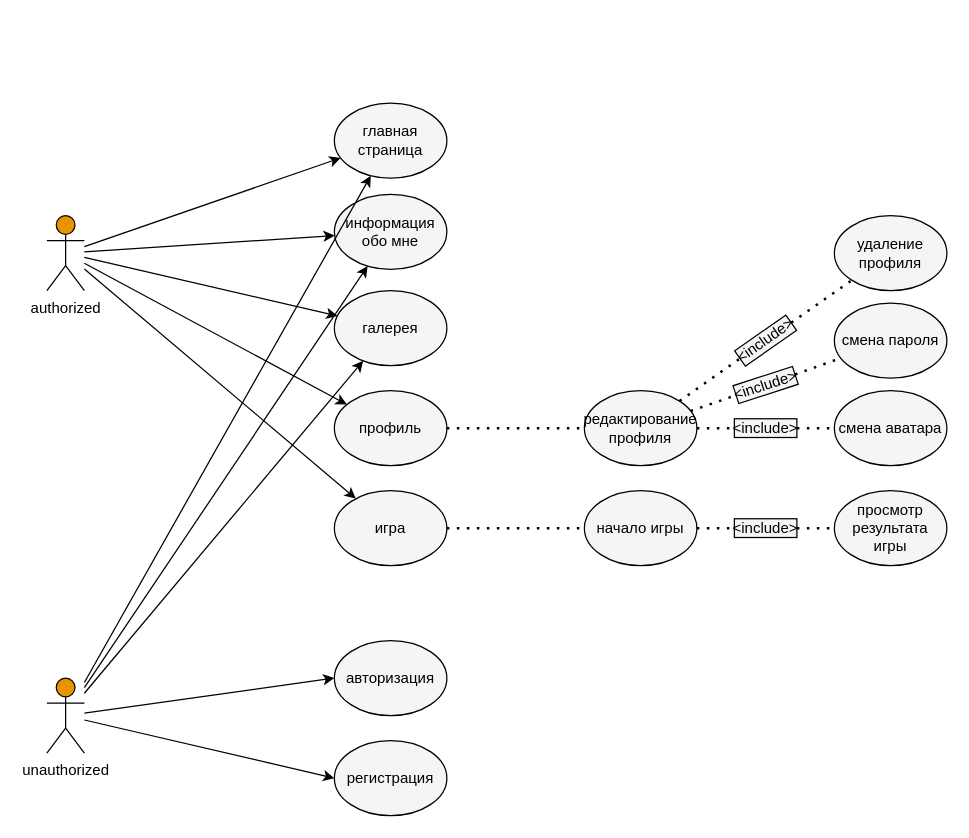
Above: page "UMLsite" (1 of 3) of ЧМИ/Диаграмма без названия.drawio in TrahOff/HMI (draw.io), before the change. Source tidied: cells renumbered, new cells numbered last; positions are measured from the earlier drawing's top-left corner, leaving out a move shared by most shapes. Both pictures are drawn from the tidied source at 125%, with x=0, y=0 at pixel (46, 102).
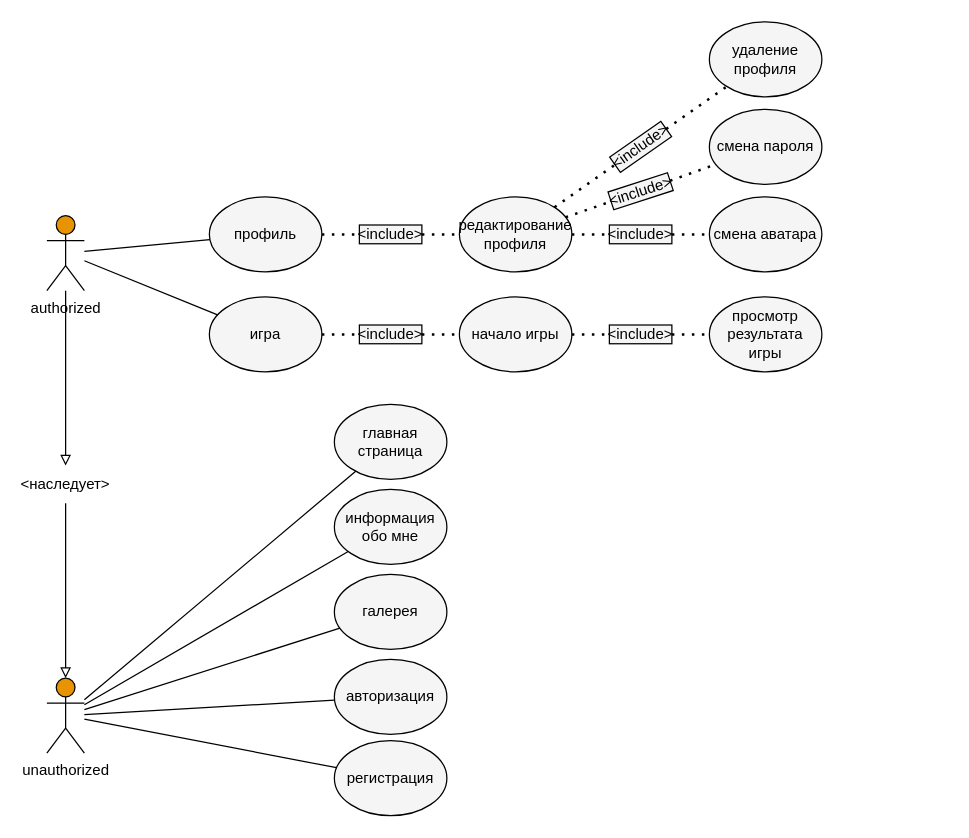
After the change.

Change to the diagram source:
```diff
@@
-    <mxCell id="2" style="group;" parent="1" vertex="1">
-      <mxGeometry width="720" height="570" as="geometry" />
-    </mxCell>
-    <mxCell id="3" value="authorized" style="shape=umlActor;verticalLabelPosition=bottom;verticalAlign=top;html=1;outlineConnect=0;fillColor=#E89402;fontColor=#000000;strokeColor=#000000;" parent="2" vertex="1">
+    <mxCell id="3" value="authorized" style="shape=umlActor;verticalLabelPosition=bottom;verticalAlign=top;html=1;outlineConnect=0;fillColor=#E89402;fontColor=#000000;strokeColor=#000000;" parent="1" vertex="1">
       <mxGeometry y="90" width="30" height="60" as="geometry" />
     </mxCell>
-    <mxCell id="4" value="главная страница" style="ellipse;whiteSpace=wrap;html=1;fillColor=#f5f5f5;fontColor=#000000;strokeColor=#000000;" parent="2" vertex="1">
-      <mxGeometry x="230" width="90" height="60" as="geometry" />
+    <mxCell id="4" value="главная страница" style="ellipse;whiteSpace=wrap;html=1;fillColor=#f5f5f5;fontColor=#000000;strokeColor=#000000;" parent="1" vertex="1">
+      <mxGeometry x="230" y="241" width="90" height="60" as="geometry" />
     </mxCell>
-    <mxCell id="5" value="информация обо мне" style="ellipse;whiteSpace=wrap;html=1;fillColor=#f5f5f5;fontColor=#000000;strokeColor=#000000;" parent="2" vertex="1">
-      <mxGeometry x="230" y="73" width="90" height="60" as="geometry" />
+    <mxCell id="5" value="информация обо мне" style="ellipse;whiteSpace=wrap;html=1;fillColor=#f5f5f5;fontColor=#000000;strokeColor=#000000;" parent="1" vertex="1">
+      <mxGeometry x="230" y="309" width="90" height="60" as="geometry" />
     </mxCell>
-    <mxCell id="6" value="галерея" style="ellipse;whiteSpace=wrap;html=1;fillColor=#f5f5f5;fontColor=#000000;strokeColor=#000000;" parent="2" vertex="1">
-      <mxGeometry x="230" y="150" width="90" height="60" as="geometry" />
+    <mxCell id="6" value="галерея" style="ellipse;whiteSpace=wrap;html=1;fillColor=#f5f5f5;fontColor=#000000;strokeColor=#000000;" parent="1" vertex="1">
+      <mxGeometry x="230" y="377" width="90" height="60" as="geometry" />
     </mxCell>
+    <mxCell id="37" value="unauthorized" style="shape=umlActor;verticalLabelPosition=bottom;verticalAlign=top;html=1;outlineConnect=0;fillColor=#E89402;fontColor=#000000;strokeColor=#000000;" parent="1" vertex="1">
+      <mxGeometry y="460" width="30" height="60" as="geometry" />
+    </mxCell>
+    <mxCell id="38" value="авторизация" style="ellipse;whiteSpace=wrap;html=1;fillColor=#f5f5f5;fontColor=#000000;strokeColor=#000000;" parent="1" vertex="1">
+      <mxGeometry x="230" y="445" width="90" height="60" as="geometry" />
+    </mxCell>
+    <mxCell id="39" value="регистрация" style="ellipse;whiteSpace=wrap;html=1;fillColor=#f5f5f5;fontColor=#000000;strokeColor=#000000;" parent="1" vertex="1">
+      <mxGeometry x="230" y="510" width="90" height="60" as="geometry" />
+    </mxCell>
+    <mxCell id="42" style="group;" parent="1" vertex="1">
+      <mxGeometry x="130" y="-65" width="490" height="280" as="geometry" />
+    </mxCell>
-    <mxCell id="7" value="профиль" style="ellipse;whiteSpace=wrap;html=1;fillColor=#f5f5f5;fontColor=#000000;strokeColor=#000000;" parent="2" vertex="1">
-      <mxGeometry x="230" y="230" width="90" height="60" as="geometry" />
+    <mxCell id="7" value="профиль" style="ellipse;whiteSpace=wrap;html=1;fillColor=#f5f5f5;fontColor=#000000;strokeColor=#000000;" parent="42" vertex="1">
+      <mxGeometry y="140" width="90" height="60" as="geometry" />
     </mxCell>
-    <mxCell id="8" style="endArrow=classic;html=1;rounded=0;fillColor=#f5f5f5;strokeColor=#000000;fontColor=#000000;" parent="2" edge="1" source="3" target="4">
-      <mxGeometry relative="1" as="geometry" />
-    </mxCell>
-    <mxCell id="9" style="endArrow=classic;html=1;rounded=0;fillColor=#f5f5f5;strokeColor=#000000;fontColor=#000000;" parent="2" edge="1" source="3" target="5">
-      <mxGeometry relative="1" as="geometry" />
-    </mxCell>
-    <mxCell id="10" style="endArrow=classic;html=1;rounded=0;fillColor=#f5f5f5;strokeColor=#000000;fontColor=#000000;" parent="2" edge="1" source="3" target="6">
-      <mxGeometry relative="1" as="geometry" />
-    </mxCell>
-    <mxCell id="11" style="endArrow=classic;html=1;rounded=0;fillColor=#f5f5f5;strokeColor=#000000;fontColor=#000000;" parent="2" edge="1" source="3" target="7">
-      <mxGeometry relative="1" as="geometry" />
-    </mxCell>
-    <mxCell id="12" value="игра" style="ellipse;whiteSpace=wrap;html=1;fillColor=#f5f5f5;fontColor=#000000;strokeColor=#000000;" parent="2" vertex="1">
-      <mxGeometry x="230" y="310" width="90" height="60" as="geometry" />
+    <mxCell id="12" value="игра" style="ellipse;whiteSpace=wrap;html=1;fillColor=#f5f5f5;fontColor=#000000;strokeColor=#000000;" parent="42" vertex="1">
+      <mxGeometry y="220" width="90" height="60" as="geometry" />
     </mxCell>
-    <mxCell id="13" style="endArrow=classic;html=1;rounded=0;fillColor=#f5f5f5;strokeColor=#000000;fontColor=#000000;" parent="2" edge="1" source="3" target="12">
-      <mxGeometry relative="1" as="geometry" />
-    </mxCell>
-    <mxCell id="14" value="редактирование профиля" style="ellipse;whiteSpace=wrap;html=1;fillColor=#f5f5f5;fontColor=#000000;strokeColor=#000000;" parent="2" vertex="1">
-      <mxGeometry x="430" y="230" width="90" height="60" as="geometry" />
+    <mxCell id="14" value="редактирование профиля" style="ellipse;whiteSpace=wrap;html=1;fillColor=#f5f5f5;fontColor=#000000;strokeColor=#000000;" parent="42" vertex="1">
+      <mxGeometry x="200" y="140" width="90" height="60" as="geometry" />
     </mxCell>
-    <mxCell id="15" value="удаление профиля" style="ellipse;whiteSpace=wrap;html=1;fillColor=#f5f5f5;fontColor=#000000;strokeColor=#000000;" parent="2" vertex="1">
-      <mxGeometry x="630" y="90" width="90" height="60" as="geometry" />
+    <mxCell id="15" value="удаление профиля" style="ellipse;whiteSpace=wrap;html=1;fillColor=#f5f5f5;fontColor=#000000;strokeColor=#000000;" parent="42" vertex="1">
+      <mxGeometry x="400" width="90" height="60" as="geometry" />
     </mxCell>
-    <mxCell id="16" value="смена пароля" style="ellipse;whiteSpace=wrap;html=1;fillColor=#f5f5f5;fontColor=#000000;strokeColor=#000000;" parent="2" vertex="1">
-      <mxGeometry x="630" y="160" width="90" height="60" as="geometry" />
+    <mxCell id="16" value="смена пароля" style="ellipse;whiteSpace=wrap;html=1;fillColor=#f5f5f5;fontColor=#000000;strokeColor=#000000;" parent="42" vertex="1">
+      <mxGeometry x="400" y="70" width="90" height="60" as="geometry" />
     </mxCell>
-    <mxCell id="17" value="смена аватара" style="ellipse;whiteSpace=wrap;html=1;fillColor=#f5f5f5;fontColor=#000000;strokeColor=#000000;" parent="2" vertex="1">
-      <mxGeometry x="630" y="230" width="90" height="60" as="geometry" />
+    <mxCell id="17" value="смена аватара" style="ellipse;whiteSpace=wrap;html=1;fillColor=#f5f5f5;fontColor=#000000;strokeColor=#000000;" parent="42" vertex="1">
+      <mxGeometry x="400" y="140" width="90" height="60" as="geometry" />
     </mxCell>
-    <mxCell id="18" value="начало игры" style="ellipse;whiteSpace=wrap;html=1;fillColor=#f5f5f5;fontColor=#000000;strokeColor=#000000;" parent="2" vertex="1">
-      <mxGeometry x="430" y="310" width="90" height="60" as="geometry" />
+    <mxCell id="18" value="начало игры" style="ellipse;whiteSpace=wrap;html=1;fillColor=#f5f5f5;fontColor=#000000;strokeColor=#000000;" parent="42" vertex="1">
+      <mxGeometry x="200" y="220" width="90" height="60" as="geometry" />
     </mxCell>
-    <mxCell id="19" value="просмотр результата игры" style="ellipse;whiteSpace=wrap;html=1;fillColor=#f5f5f5;fontColor=#000000;strokeColor=#000000;" parent="2" vertex="1">
-      <mxGeometry x="630" y="310" width="90" height="60" as="geometry" />
+    <mxCell id="19" value="просмотр результата игры" style="ellipse;whiteSpace=wrap;html=1;fillColor=#f5f5f5;fontColor=#000000;strokeColor=#000000;" parent="42" vertex="1">
+      <mxGeometry x="400" y="220" width="90" height="60" as="geometry" />
     </mxCell>
-    <mxCell id="20" style="endArrow=none;dashed=1;html=1;dashPattern=1 3;strokeWidth=2;rounded=0;fillColor=#f5f5f5;strokeColor=#000000;fontColor=#000000;" parent="2" edge="1" source="7" target="14">
+    <mxCell id="20" style="endArrow=none;dashed=1;html=1;dashPattern=1 3;strokeWidth=2;rounded=0;fillColor=#f5f5f5;strokeColor=#000000;fontColor=#000000;" parent="42" edge="1" source="46" target="14">
       <mxGeometry relative="1" as="geometry" />
     </mxCell>
-    <mxCell id="21" style="endArrow=none;dashed=1;html=1;dashPattern=1 3;strokeWidth=2;rounded=0;fillColor=#f5f5f5;strokeColor=#000000;fontColor=#000000;" parent="2" edge="1" source="12" target="18">
+    <mxCell id="21" style="endArrow=none;dashed=1;html=1;dashPattern=1 3;strokeWidth=2;rounded=0;fillColor=#f5f5f5;strokeColor=#000000;fontColor=#000000;" parent="42" edge="1" source="44" target="18">
       <mxGeometry relative="1" as="geometry" />
     </mxCell>
-    <mxCell id="22" style="endArrow=none;dashed=1;html=1;dashPattern=1 3;strokeWidth=2;rounded=0;fillColor=#f5f5f5;strokeColor=#000000;fontColor=#000000;" parent="2" edge="1" source="33" target="15">
+    <mxCell id="22" style="endArrow=none;dashed=1;html=1;dashPattern=1 3;strokeWidth=2;rounded=0;fillColor=#f5f5f5;strokeColor=#000000;fontColor=#000000;" parent="42" edge="1" source="33" target="15">
       <mxGeometry relative="1" as="geometry" />
     </mxCell>
-    <mxCell id="23" style="endArrow=none;dashed=1;html=1;dashPattern=1 3;strokeWidth=2;rounded=0;fillColor=#f5f5f5;strokeColor=#000000;fontColor=#000000;" parent="2" edge="1" source="31" target="16">
+    <mxCell id="23" style="endArrow=none;dashed=1;html=1;dashPattern=1 3;strokeWidth=2;rounded=0;fillColor=#f5f5f5;strokeColor=#000000;fontColor=#000000;" parent="42" edge="1" source="31" target="16">
       <mxGeometry relative="1" as="geometry" />
     </mxCell>
-    <mxCell id="24" style="endArrow=none;dashed=1;html=1;dashPattern=1 3;strokeWidth=2;rounded=0;fillColor=#f5f5f5;strokeColor=#000000;fontColor=#000000;" parent="2" edge="1" source="29" target="17">
+    <mxCell id="24" style="endArrow=none;dashed=1;html=1;dashPattern=1 3;strokeWidth=2;rounded=0;fillColor=#f5f5f5;strokeColor=#000000;fontColor=#000000;" parent="42" edge="1" source="29" target="17">
       <mxGeometry relative="1" as="geometry" />
     </mxCell>
-    <mxCell id="25" style="endArrow=none;dashed=1;html=1;dashPattern=1 3;strokeWidth=2;rounded=0;fillColor=#f5f5f5;strokeColor=#000000;fontColor=#000000;" parent="2" edge="1" source="27" target="19">
+    <mxCell id="25" style="endArrow=none;dashed=1;html=1;dashPattern=1 3;strokeWidth=2;rounded=0;fillColor=#f5f5f5;strokeColor=#000000;fontColor=#000000;" parent="42" edge="1" source="27" target="19">
       <mxGeometry relative="1" as="geometry" />
     </mxCell>
-    <mxCell id="26" style="endArrow=none;dashed=1;html=1;dashPattern=1 3;strokeWidth=2;rounded=0;fillColor=#f5f5f5;strokeColor=#000000;fontColor=#000000;" parent="2" edge="1" source="18" target="27">
+    <mxCell id="26" style="endArrow=none;dashed=1;html=1;dashPattern=1 3;strokeWidth=2;rounded=0;fillColor=#f5f5f5;strokeColor=#000000;fontColor=#000000;" parent="42" edge="1" source="18" target="27">
       <mxGeometry relative="1" as="geometry" />
     </mxCell>
-    <mxCell id="27" value="&amp;lt;include&amp;gt;" style="text;strokeColor=#000000;align=center;fillColor=#f5f5f5;html=1;verticalAlign=middle;whiteSpace=wrap;rounded=0;fontColor=#000000;" parent="2" vertex="1">
-      <mxGeometry x="550" y="332.5" width="50" height="15" as="geometry" />
+    <mxCell id="27" value="&amp;lt;include&amp;gt;" style="text;strokeColor=#000000;align=center;fillColor=#f5f5f5;html=1;verticalAlign=middle;whiteSpace=wrap;rounded=0;fontColor=#000000;" parent="42" vertex="1">
+      <mxGeometry x="320" y="242.5" width="50" height="15" as="geometry" />
     </mxCell>
-    <mxCell id="28" style="endArrow=none;dashed=1;html=1;dashPattern=1 3;strokeWidth=2;rounded=0;fillColor=#f5f5f5;strokeColor=#000000;fontColor=#000000;" parent="2" edge="1" source="14" target="29">
+    <mxCell id="28" style="endArrow=none;dashed=1;html=1;dashPattern=1 3;strokeWidth=2;rounded=0;fillColor=#f5f5f5;strokeColor=#000000;fontColor=#000000;" parent="42" edge="1" source="14" target="29">
       <mxGeometry relative="1" as="geometry" />
     </mxCell>
-    <mxCell id="29" value="&amp;lt;include&amp;gt;" style="text;strokeColor=#000000;align=center;fillColor=#f5f5f5;html=1;verticalAlign=middle;whiteSpace=wrap;rounded=0;fontColor=#000000;" parent="2" vertex="1">
-      <mxGeometry x="550" y="252.5" width="50" height="15" as="geometry" />
+    <mxCell id="29" value="&amp;lt;include&amp;gt;" style="text;strokeColor=#000000;align=center;fillColor=#f5f5f5;html=1;verticalAlign=middle;whiteSpace=wrap;rounded=0;fontColor=#000000;" parent="42" vertex="1">
+      <mxGeometry x="320" y="162.5" width="50" height="15" as="geometry" />
     </mxCell>
-    <mxCell id="30" style="endArrow=none;dashed=1;html=1;dashPattern=1 3;strokeWidth=2;rounded=0;fillColor=#f5f5f5;strokeColor=#000000;fontColor=#000000;" parent="2" edge="1" source="14" target="31">
+    <mxCell id="30" style="endArrow=none;dashed=1;html=1;dashPattern=1 3;strokeWidth=2;rounded=0;fillColor=#f5f5f5;strokeColor=#000000;fontColor=#000000;" parent="42" edge="1" source="14" target="31">
       <mxGeometry relative="1" as="geometry" />
     </mxCell>
-    <mxCell id="31" value="&amp;lt;include&amp;gt;" style="text;strokeColor=#000000;align=center;fillColor=#f5f5f5;html=1;verticalAlign=middle;whiteSpace=wrap;rounded=0;rotation=342;fontColor=#000000;" parent="2" vertex="1">
-      <mxGeometry x="550" y="218" width="50" height="15" as="geometry" />
+    <mxCell id="31" value="&amp;lt;include&amp;gt;" style="text;strokeColor=#000000;align=center;fillColor=#f5f5f5;html=1;verticalAlign=middle;whiteSpace=wrap;rounded=0;rotation=342;fontColor=#000000;" parent="42" vertex="1">
+      <mxGeometry x="320" y="128" width="50" height="15" as="geometry" />
     </mxCell>
-    <mxCell id="32" style="endArrow=none;dashed=1;html=1;dashPattern=1 3;strokeWidth=2;rounded=0;fillColor=#f5f5f5;strokeColor=#000000;fontColor=#000000;" parent="2" edge="1" source="14" target="33">
+    <mxCell id="32" style="endArrow=none;dashed=1;html=1;dashPattern=1 3;strokeWidth=2;rounded=0;fillColor=#f5f5f5;strokeColor=#000000;fontColor=#000000;" parent="42" edge="1" source="14" target="33">
       <mxGeometry relative="1" as="geometry" />
     </mxCell>
-    <mxCell id="33" value="&amp;lt;include&amp;gt;" style="text;strokeColor=#000000;align=center;fillColor=#f5f5f5;html=1;verticalAlign=middle;whiteSpace=wrap;rounded=0;rotation=325;fontColor=#000000;" parent="2" vertex="1">
-      <mxGeometry x="550" y="182.5" width="50" height="15" as="geometry" />
+    <mxCell id="33" value="&amp;lt;include&amp;gt;" style="text;strokeColor=#000000;align=center;fillColor=#f5f5f5;html=1;verticalAlign=middle;whiteSpace=wrap;rounded=0;rotation=325;fontColor=#000000;" parent="42" vertex="1">
+      <mxGeometry x="320" y="92.5" width="50" height="15" as="geometry" />
     </mxCell>
-    <mxCell id="34" style="endArrow=classic;html=1;rounded=0;fillColor=#f5f5f5;strokeColor=#000000;fontColor=#000000;" parent="2" edge="1" source="37" target="4">
-      <mxGeometry relative="1" as="geometry" />
-    </mxCell>
+    <mxCell id="43" style="endArrow=none;dashed=1;html=1;dashPattern=1 3;strokeWidth=2;rounded=0;fillColor=#f5f5f5;strokeColor=#000000;fontColor=#000000;" parent="42" edge="1" source="12" target="44">
+      <mxGeometry relative="1" as="geometry" />
+    </mxCell>
+    <mxCell id="44" value="&amp;lt;include&amp;gt;" style="text;strokeColor=#000000;align=center;fillColor=#f5f5f5;html=1;verticalAlign=middle;whiteSpace=wrap;rounded=0;fontColor=#000000;" parent="42" vertex="1">
+      <mxGeometry x="120" y="242.5" width="50" height="15" as="geometry" />
+    </mxCell>
+    <mxCell id="45" style="endArrow=none;dashed=1;html=1;dashPattern=1 3;strokeWidth=2;rounded=0;fillColor=#f5f5f5;strokeColor=#000000;fontColor=#000000;" parent="42" edge="1" source="7" target="46">
+      <mxGeometry relative="1" as="geometry" />
+    </mxCell>
+    <mxCell id="46" value="&amp;lt;include&amp;gt;" style="text;strokeColor=#000000;align=center;fillColor=#f5f5f5;html=1;verticalAlign=middle;whiteSpace=wrap;rounded=0;fontColor=#000000;" parent="42" vertex="1">
+      <mxGeometry x="120" y="162.5" width="50" height="15" as="geometry" />
+    </mxCell>
+    <mxCell id="11" style="endArrow=none;html=1;rounded=0;strokeColor=#000000;" parent="1" edge="1" source="3" target="7">
+      <mxGeometry relative="1" as="geometry" />
+    </mxCell>
+    <mxCell id="13" style="endArrow=none;html=1;rounded=0;strokeColor=#000000;" parent="1" edge="1" source="3" target="12">
+      <mxGeometry relative="1" as="geometry" />
+    </mxCell>
+    <mxCell id="47" style="endArrow=none;html=1;rounded=0;strokeColor=#000000;" parent="1" edge="1" source="37" target="39">
+      <mxGeometry relative="1" as="geometry" />
+    </mxCell>
-    <mxCell id="35" style="endArrow=classic;html=1;rounded=0;fillColor=#f5f5f5;strokeColor=#000000;fontColor=#000000;" parent="2" edge="1" source="37" target="5">
+    <mxCell id="35" style="endArrow=none;html=1;rounded=0;strokeColor=#000000;" parent="1" edge="1" source="37" target="5">
       <mxGeometry relative="1" as="geometry" />
     </mxCell>
-    <mxCell id="36" style="endArrow=classic;html=1;rounded=0;fillColor=#f5f5f5;strokeColor=#000000;fontColor=#000000;" parent="2" edge="1" source="37" target="6">
+    <mxCell id="36" style="endArrow=none;html=1;rounded=0;strokeColor=#000000;" parent="1" edge="1" source="37" target="6">
       <mxGeometry relative="1" as="geometry" />
     </mxCell>
-    <mxCell id="37" value="unauthorized" style="shape=umlActor;verticalLabelPosition=bottom;verticalAlign=top;html=1;outlineConnect=0;fillColor=#E89402;fontColor=#000000;strokeColor=#000000;" parent="2" vertex="1">
-      <mxGeometry y="460" width="30" height="60" as="geometry" />
-    </mxCell>
-    <mxCell id="38" value="авторизация" style="ellipse;whiteSpace=wrap;html=1;fillColor=#f5f5f5;fontColor=#000000;strokeColor=#000000;" parent="2" vertex="1">
-      <mxGeometry x="230" y="430" width="90" height="60" as="geometry" />
-    </mxCell>
-    <mxCell id="39" value="регистрация" style="ellipse;whiteSpace=wrap;html=1;fillColor=#f5f5f5;fontColor=#000000;strokeColor=#000000;" parent="2" vertex="1">
-      <mxGeometry x="230" y="510" width="90" height="60" as="geometry" />
-    </mxCell>
+    <mxCell id="34" style="endArrow=none;html=1;rounded=0;strokeColor=#000000;" parent="1" edge="1" source="37" target="4">
+      <mxGeometry relative="1" as="geometry" />
+    </mxCell>
-    <mxCell id="40" style="endArrow=classic;html=1;rounded=0;entryX=0;entryY=0.5;entryDx=0;entryDy=0;fillColor=#f5f5f5;strokeColor=#000000;fontColor=#000000;" parent="2" edge="1" source="37" target="38">
+    <mxCell id="40" style="endArrow=none;html=1;rounded=0;strokeColor=#000000;" parent="1" edge="1" source="37" target="38">
       <mxGeometry relative="1" as="geometry" />
     </mxCell>
-    <mxCell id="41" style="endArrow=classic;html=1;rounded=0;entryX=0;entryY=0.5;entryDx=0;entryDy=0;fillColor=#f5f5f5;strokeColor=#000000;fontColor=#000000;" parent="2" edge="1" source="37">
-      <mxGeometry relative="1" as="geometry">
-        <mxPoint x="230" y="540" as="targetPoint" />
-      </mxGeometry>
-    </mxCell>
+    <mxCell id="48" style="endArrow=block;html=1;rounded=0;strokeColor=#000000;endFill=0;" parent="1" edge="1" source="50" target="37">
+      <mxGeometry relative="1" as="geometry" />
+    </mxCell>
+    <mxCell id="49" style="endArrow=block;html=1;rounded=0;strokeColor=#000000;endFill=0;" parent="1" edge="1" source="3" target="50">
+      <mxGeometry relative="1" as="geometry" />
+    </mxCell>
+    <mxCell id="50" value="&lt;font color=&quot;#000000&quot;&gt;&amp;lt;наследует&amp;gt;&lt;/font&gt;" style="text;strokeColor=none;align=center;fillColor=none;html=1;verticalAlign=middle;whiteSpace=wrap;rounded=0;" parent="1" vertex="1">
+      <mxGeometry x="-15" y="290" width="60" height="30" as="geometry" />
+    </mxCell>
```
